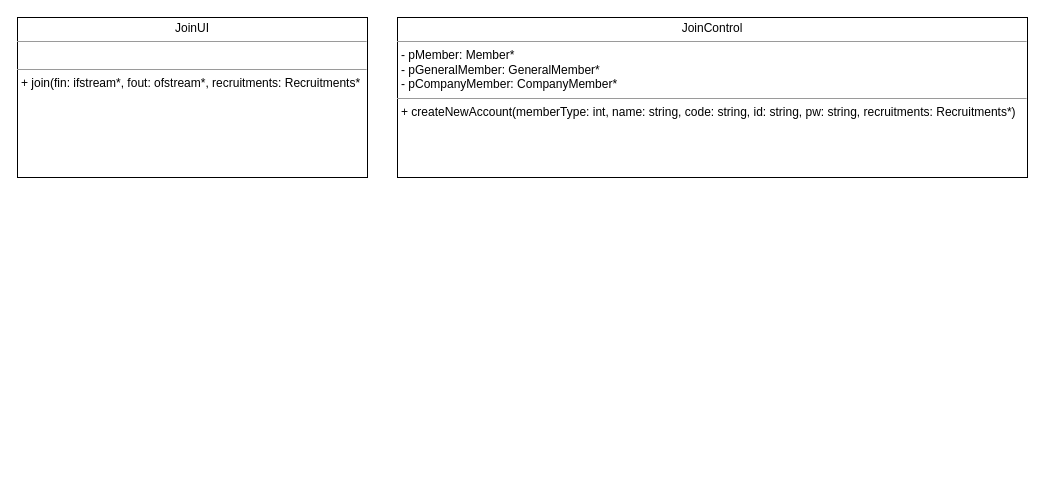
This is page "1.1 회원가입" (1 of 3) of B811010_고한강/과제3/Class Diagram/Class Diagram.drawio from FinancialWorld16/SE_TEAM, a draw.io file, before an edit. Source tidied: cells renumbered, new cells numbered last; positions are measured from the earlier drawing's top-left corner, leaving out a move shared by most shapes. Both pictures are drawn from the tidied source at 100%, with x=0, y=0 at pixel (17, 17).
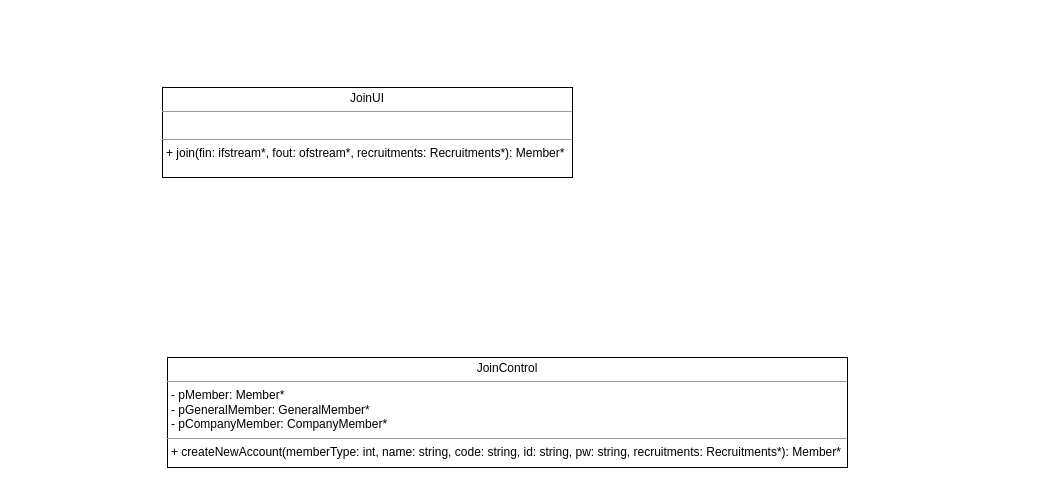
Above is the later version.

Diff of the diagram source:
```diff
@@
 <mxGraphModel>
   <root>
     <mxCell id="0" />
     <mxCell id="1" parent="0" />
-    <mxCell id="2" value="&lt;p style=&quot;margin:0px;margin-top:4px;text-align:center;&quot;&gt;JoinUI&lt;/p&gt;&lt;hr size=&quot;1&quot;&gt;&lt;p style=&quot;margin:0px;margin-left:4px;&quot;&gt;&lt;br&gt;&lt;/p&gt;&lt;hr size=&quot;1&quot;&gt;&lt;p style=&quot;margin:0px;margin-left:4px;&quot;&gt;+ join(fin: ifstream*, fout: ofstream*,&amp;nbsp;recruitments:&amp;nbsp;Recruitments*&lt;/p&gt;" style="verticalAlign=top;align=left;overflow=fill;fontSize=12;fontFamily=Helvetica;html=1;" parent="1" vertex="1">
-      <mxGeometry width="350" height="160" as="geometry" />
+    <mxCell id="2" value="&lt;p style=&quot;margin:0px;margin-top:4px;text-align:center;&quot;&gt;JoinUI&lt;/p&gt;&lt;hr size=&quot;1&quot;&gt;&lt;p style=&quot;margin:0px;margin-left:4px;&quot;&gt;&lt;br&gt;&lt;/p&gt;&lt;hr size=&quot;1&quot;&gt;&lt;p style=&quot;margin:0px;margin-left:4px;&quot;&gt;+ join(fin: ifstream*, fout: ofstream*,&amp;nbsp;recruitments:&amp;nbsp;Recruitments*): Member*&lt;/p&gt;" style="verticalAlign=top;align=left;overflow=fill;fontSize=12;fontFamily=Helvetica;html=1;" parent="1" vertex="1">
+      <mxGeometry x="145" y="70" width="410" height="90" as="geometry" />
     </mxCell>
-    <mxCell id="3" value="&lt;p style=&quot;margin:0px;margin-top:4px;text-align:center;&quot;&gt;JoinControl&lt;/p&gt;&lt;hr size=&quot;1&quot;&gt;&lt;p style=&quot;margin:0px;margin-left:4px;&quot;&gt;- pMember: Member*&lt;/p&gt;&lt;p style=&quot;margin:0px;margin-left:4px;&quot;&gt;- pGeneralMember: GeneralMember*&lt;/p&gt;&lt;p style=&quot;margin:0px;margin-left:4px;&quot;&gt;- pCompanyMember: CompanyMember*&lt;/p&gt;&lt;hr size=&quot;1&quot;&gt;&lt;p style=&quot;margin:0px;margin-left:4px;&quot;&gt;+ createNewAccount(memberType: int, name: string, code: string, id: string, pw: string, recruitments: Recruitments*)&lt;/p&gt;" style="verticalAlign=top;align=left;overflow=fill;fontSize=12;fontFamily=Helvetica;html=1;" parent="1" vertex="1">
-      <mxGeometry x="380" width="630" height="160" as="geometry" />
+    <mxCell id="3" value="&lt;p style=&quot;margin:0px;margin-top:4px;text-align:center;&quot;&gt;JoinControl&lt;/p&gt;&lt;hr size=&quot;1&quot;&gt;&lt;p style=&quot;margin:0px;margin-left:4px;&quot;&gt;- pMember: Member*&lt;/p&gt;&lt;p style=&quot;margin:0px;margin-left:4px;&quot;&gt;- pGeneralMember: GeneralMember*&lt;/p&gt;&lt;p style=&quot;margin:0px;margin-left:4px;&quot;&gt;- pCompanyMember: CompanyMember*&lt;/p&gt;&lt;hr size=&quot;1&quot;&gt;&lt;p style=&quot;margin:0px;margin-left:4px;&quot;&gt;+ createNewAccount(memberType: int, name: string, code: string, id: string, pw: string, recruitments: Recruitments*): Member*&lt;/p&gt;" style="verticalAlign=top;align=left;overflow=fill;fontSize=12;fontFamily=Helvetica;html=1;" parent="1" vertex="1">
+      <mxGeometry x="150" y="340" width="680" height="110" as="geometry" />
     </mxCell>
   </root>
 </mxGraphModel>
```
